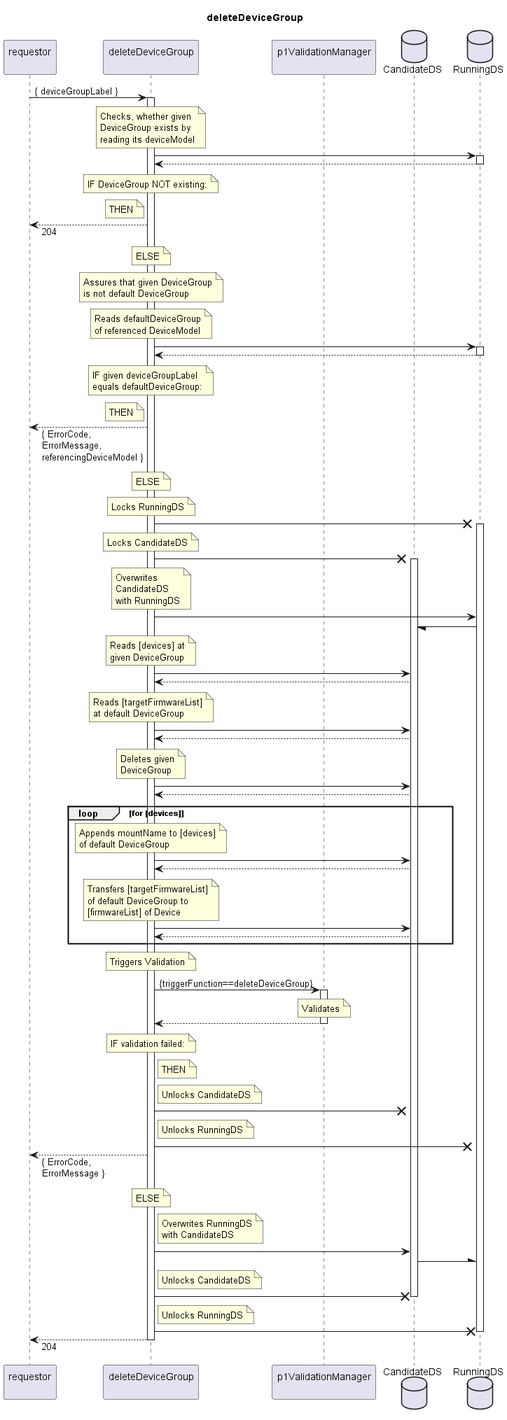
The PlantUML diagram spec/Services/deleteDeviceGroup/1.0.0/deleteDeviceGroup.png in openBackhaul/FirmWareManager, before a commit.
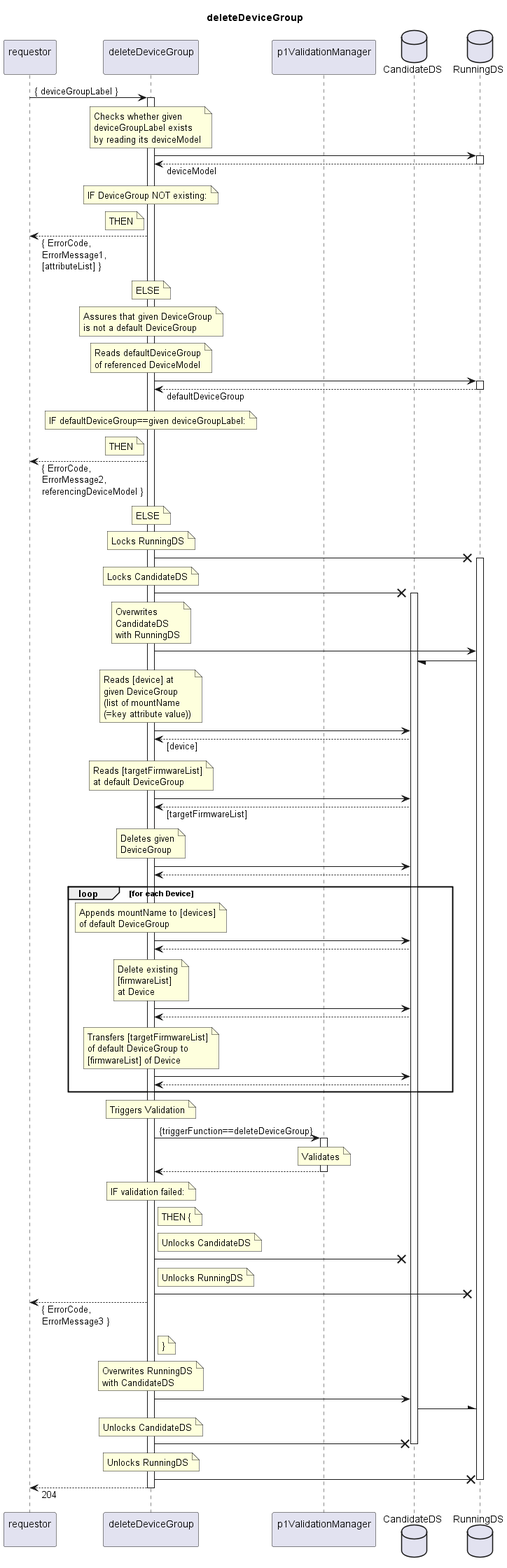
Above is the later version.

Diff of the diagram source:
```diff
@@ -15,13 +15,13 @@
 activate indServ
 
   note over indServ
-    Checks, whether given
-    DeviceGroup exists by
-    reading its deviceModel
+    Checks whether given
+    deviceGroupLabel exists
+    by reading its deviceModel
   end note
   indServ -> RunDS
   activate RunDS
-  indServ <-- RunDS
+  indServ <-- RunDS: deviceModel
   deactivate RunDS
   note over indServ
     IF DeviceGroup NOT existing:
@@ -29,14 +29,14 @@
   note left indServ
     THEN
   end note
-  requestor <-- indServ: 204
+  requestor <-- indServ: { ErrorCode,\nErrorMessage1,\n[attributeList] }
   note over indServ
     ELSE
   end note
 
   note over indServ
     Assures that given DeviceGroup
-    is not default DeviceGroup
+    is not a default DeviceGroup
   end note
   note over indServ
     Reads defaultDeviceGroup
@@ -44,16 +44,15 @@
   end note
   indServ -> RunDS
   activate RunDS
-  indServ <-- RunDS
+  indServ <-- RunDS: defaultDeviceGroup
   deactivate RunDS
   note over indServ
-    IF given deviceGroupLabel
-    equals defaultDeviceGroup:
+    IF defaultDeviceGroup==given deviceGroupLabel:
   end note
   note left indServ
     THEN
   end note
-  requestor <-- indServ: { ErrorCode,\nErrorMessage,\nreferencingDeviceModel }
+  requestor <-- indServ: { ErrorCode,\nErrorMessage2,\nreferencingDeviceModel }
   note over indServ
     ELSE
   end note
@@ -77,18 +76,20 @@
   RunDS -/ CanDS
 
   note over indServ
-    Reads [devices] at
+    Reads [device] at
     given DeviceGroup
+    (list of mountName
+    (=key attribute value))
   end note
   indServ -> CanDS
-  indServ <-- CanDS
+  indServ <-- CanDS: [device]
 
   note over indServ
     Reads [targetFirmwareList]
     at default DeviceGroup
   end note
   indServ -> CanDS
-  indServ <-- CanDS
+  indServ <-- CanDS: [targetFirmwareList]
 
   note over indServ
     Deletes given
@@ -97,10 +98,18 @@
   indServ -> CanDS
   indServ <-- CanDS
 
-  loop for [devices]
+  loop for each Device
     note over indServ
       Appends mountName to [devices]
       of default DeviceGroup
+    end note
+    indServ -> CanDS
+    indServ <-- CanDS
+
+    note over indServ
+      Delete existing
+      [firmwareList]
+      at Device
     end note
     indServ -> CanDS
     indServ <-- CanDS
@@ -128,7 +137,7 @@
     IF validation failed:
   end note
   note right indServ
-    THEN
+    THEN {
   end note
   note right indServ
     Unlocks CandidateDS
@@ -138,23 +147,23 @@
     Unlocks RunningDS
   end note
   indServ -X RunDS
-  requestor <-- indServ: { ErrorCode,\nErrorMessage }
-  note over indServ
-    ELSE
+  requestor <-- indServ: { ErrorCode,\nErrorMessage3 }
+  note right indServ
+    }
   end note
 
-  note right indServ
+  note over indServ
     Overwrites RunningDS
     with CandidateDS
   end note
   indServ -> CanDS
   CanDS -\ RunDS
-  note right indServ
+  note over indServ
     Unlocks CandidateDS
   end note
   indServ -X CanDS
   deactivate CanDS
-  note right indServ
+  note over indServ
     Unlocks RunningDS
   end note
   indServ -X RunDS
```
